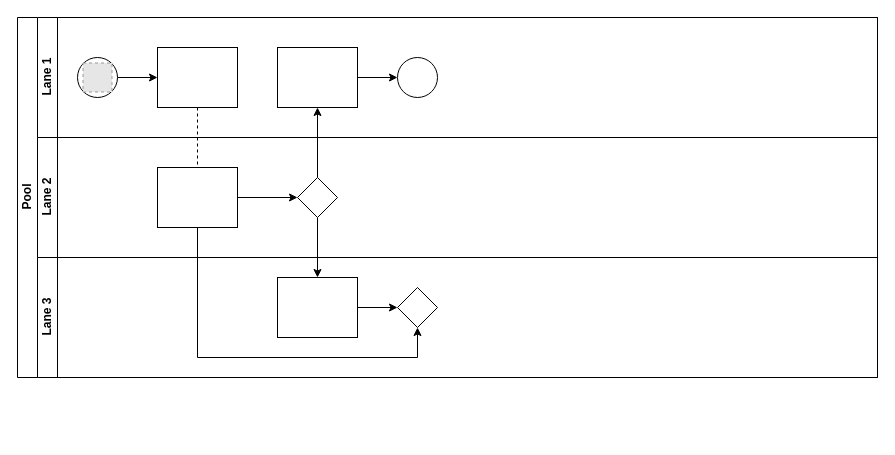
Earlier version of the draw.io diagram Неозаглавена диаграма.drawio (marinazaykova/tutorials). Source tidied: cells renumbered, new cells numbered last; positions are measured from the earlier drawing's top-left corner, leaving out a move shared by most shapes. Both pictures are drawn from the tidied source at 100%, with x=0, y=0 at pixel (17, 17). Pictures stored in the file or linked from it are replaced by grey dashed boxes.
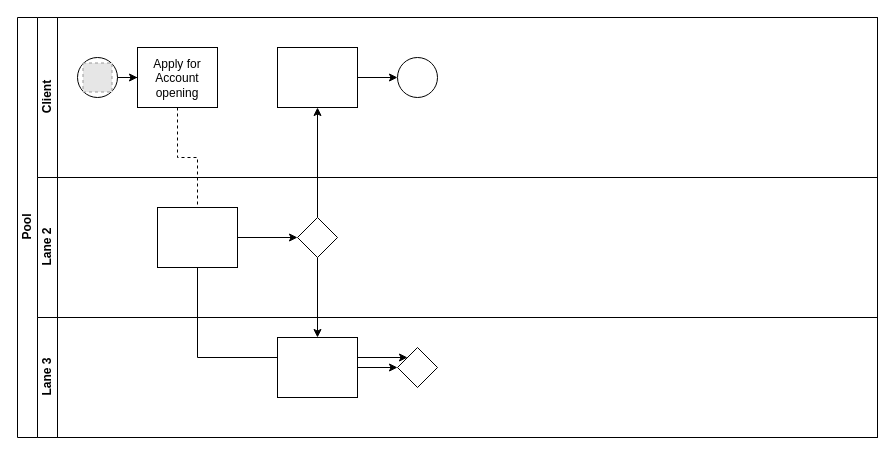
After the change.

What changed in the source:
```diff
@@
     <mxCell id="2" value="Pool" style="swimlane;html=1;horizontal=0;startSize=20;" parent="1" vertex="1">
-      <mxGeometry width="860" height="360" as="geometry" />
+      <mxGeometry width="860" height="420" as="geometry" />
     </mxCell>
@@
-    <mxCell id="7" value="Lane 1" style="swimlane;html=1;startSize=20;horizontal=0;" parent="2" vertex="1">
-      <mxGeometry x="20" width="840" height="120" as="geometry" />
+    <mxCell id="7" value="Client" style="swimlane;html=1;startSize=20;horizontal=0;" parent="2" vertex="1">
+      <mxGeometry x="20" width="840" height="160" as="geometry" />
     </mxCell>
@@
     <mxCell id="10" style="rounded=0;whiteSpace=wrap;html=1;fontFamily=Helvetica;fontSize=12;fontColor=#000000;align=center;" parent="7" vertex="1">
-      <mxGeometry x="120" y="30" width="80" height="60" as="geometry" />
+      <mxGeometry x="100" y="30" width="80" height="60" as="geometry" />
     </mxCell>
@@
+    <mxCell id="23" value="Apply for Account opening" style="text;strokeColor=none;align=center;fillColor=none;html=1;verticalAlign=middle;whiteSpace=wrap;rounded=0;" parent="7" vertex="1">
+      <mxGeometry x="110" y="45.5" width="60" height="30" as="geometry" />
+    </mxCell>
     <mxCell id="15" value="Lane 2" style="swimlane;html=1;startSize=20;horizontal=0;" parent="2" vertex="1">
-      <mxGeometry x="20" y="120" width="840" height="120" as="geometry" />
+      <mxGeometry x="20" y="160" width="840" height="140" as="geometry" />
     </mxCell>
@@
     <mxCell id="19" value="Lane 3" style="swimlane;html=1;startSize=20;horizontal=0;" parent="2" vertex="1">
-      <mxGeometry x="20" y="240" width="840" height="120" as="geometry" />
+      <mxGeometry x="20" y="300" width="840" height="120" as="geometry" />
     </mxCell>
```
